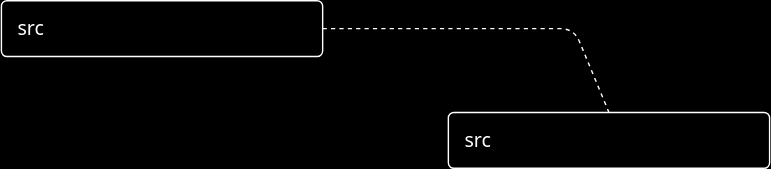
The draw.io diagram github.drawio.svg in rohanrehman/labs.tokyo.jp, before a commit. Source tidied: cells renumbered, new cells last; positions are measured from the earlier drawing's top-left corner, leaving out a move shared by most shapes.
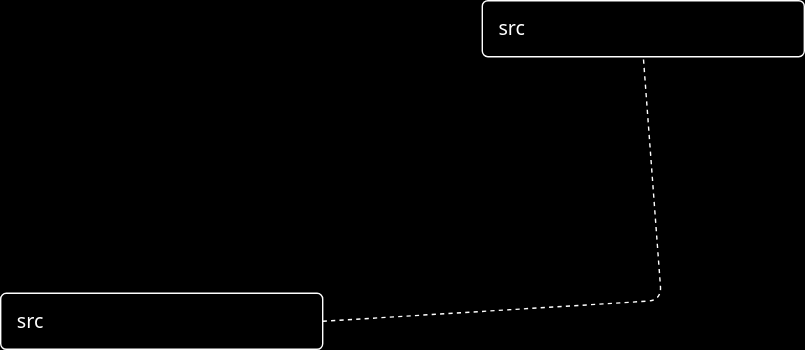
The same diagram one commit later.

The edit, as a diff of the source:
```diff
@@ -3,17 +3,17 @@
     <mxCell id="0" />
     <mxCell id="1" parent="0" />
     <mxCell id="2" value="src" style="shape=ext;double=0;rounded=1;whiteSpace=wrap;html=1;arcSize=10;glass=0;align=left;fontFamily=Noto Sans;fontSource=https%3A%2F%2Ffonts.googleapis.com%2Fcss%3Ffamily%3DNoto%2BSans;fontSize=14;spacingLeft=10;margin=0;strokeColor=#FFFFFF;fillColor=none;fontColor=#FFFFFF;" parent="1" vertex="1">
-      <mxGeometry width="230" height="40" as="geometry" />
+      <mxGeometry x="-47" y="62" width="230" height="40" as="geometry" />
     </mxCell>
-    <mxCell id="3" style="endArrow=none;dashed=1;html=1;rounded=1;exitX=1;exitY=0.5;exitDx=0;exitDy=0;entryX=0.5;entryY=0;entryDx=0;entryDy=0;flowAnimation=0;curved=0;strokeColor=#FFFFFF;" parent="1" edge="1" source="2" target="4">
+    <mxCell id="3" style="endArrow=none;dashed=1;html=1;rounded=1;exitX=1;exitY=0.5;exitDx=0;exitDy=0;flowAnimation=0;curved=0;strokeColor=#FFFFFF;entryX=0.5;entryY=1;entryDx=0;entryDy=0;" parent="1" edge="1" source="2" target="4">
       <mxGeometry relative="1" as="geometry">
         <Array as="points">
-          <mxPoint x="410" y="20" />
+          <mxPoint x="425" y="67" />
         </Array>
       </mxGeometry>
     </mxCell>
     <mxCell id="4" value="src" style="shape=ext;double=0;rounded=1;whiteSpace=wrap;html=1;arcSize=10;glass=0;align=left;fontFamily=Noto Sans;fontSource=https%3A%2F%2Ffonts.googleapis.com%2Fcss%3Ffamily%3DNoto%2BSans;fontSize=14;spacingLeft=10;margin=0;strokeColor=#FFFFFF;fillColor=none;fontColor=#FFFFFF;" parent="1" vertex="1">
-      <mxGeometry x="320" y="80" width="230" height="40" as="geometry" />
+      <mxGeometry x="297" y="-147" width="230" height="40" as="geometry" />
     </mxCell>
   </root>
 </mxGraphModel>
```
